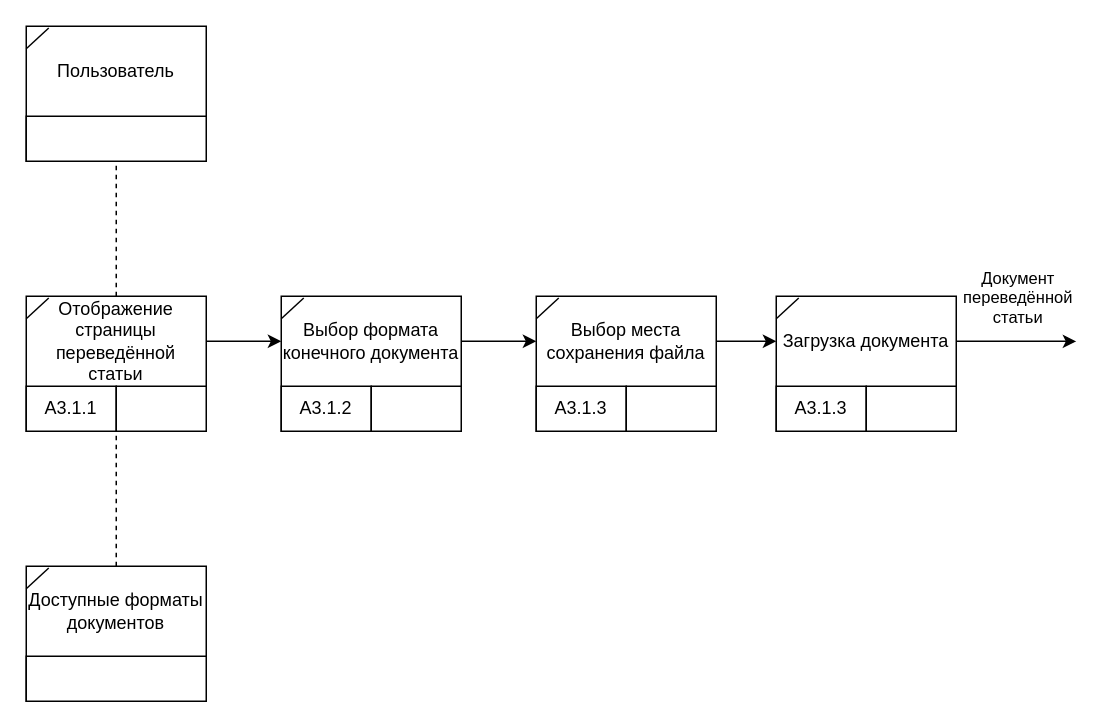
XoJIoDuJIHuK/7-term keeps this draw.io diagram as ISD/labs/3/idef3-4.drawio. Above is the earlier version. Source tidied: cells renumbered, new cells numbered last; positions are measured from the earlier drawing's top-left corner, leaving out a move shared by most shapes. Both pictures are drawn from the tidied source at 150%, with x=0, y=0 at pixel (26, 26).
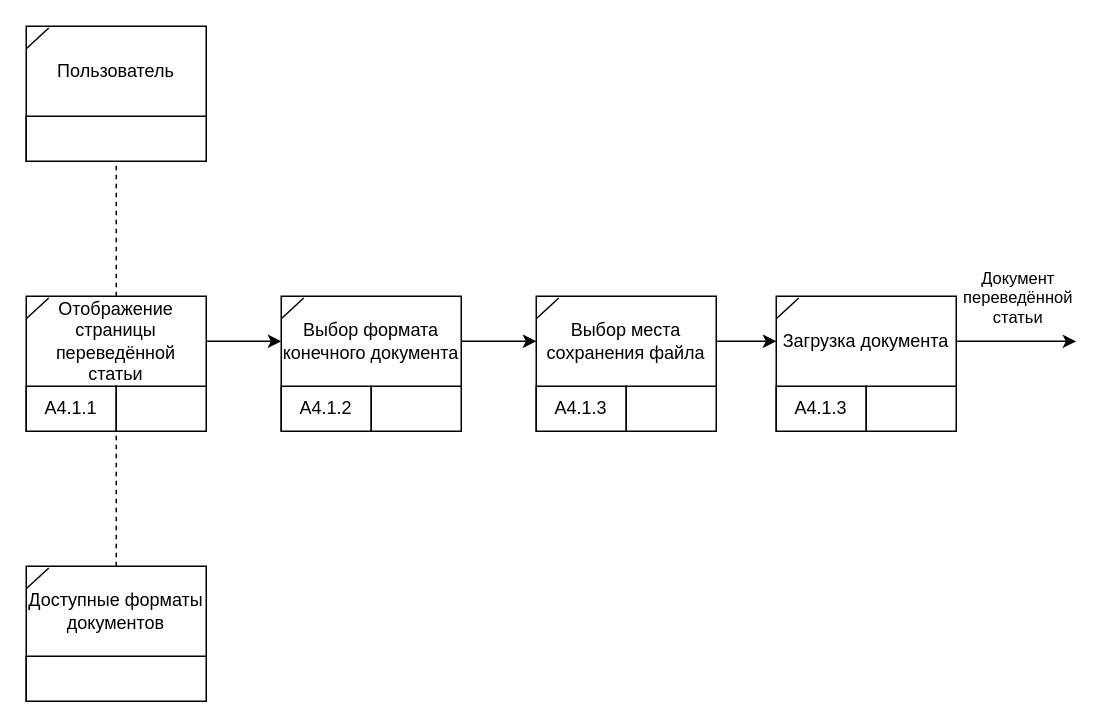
The same diagram, later.

Change to the diagram source:
```diff
@@
-    <mxCell id="7" value="А3.1.1" style="rounded=0;whiteSpace=wrap;html=1;" parent="1" vertex="1">
+    <mxCell id="7" value="А4.1.1" style="rounded=0;whiteSpace=wrap;html=1;" parent="1" vertex="1">
       <mxGeometry y="240" width="60" height="30" as="geometry" />
     </mxCell>
@@
-    <mxCell id="14" value="А3.1.2" style="rounded=0;whiteSpace=wrap;html=1;" parent="1" vertex="1">
+    <mxCell id="14" value="А4.1.2" style="rounded=0;whiteSpace=wrap;html=1;" parent="1" vertex="1">
       <mxGeometry x="170" y="240" width="60" height="30" as="geometry" />
     </mxCell>
@@
-    <mxCell id="20" value="А3.1.3" style="rounded=0;whiteSpace=wrap;html=1;" parent="1" vertex="1">
+    <mxCell id="20" value="А4.1.3" style="rounded=0;whiteSpace=wrap;html=1;" parent="1" vertex="1">
       <mxGeometry x="340" y="240" width="60" height="30" as="geometry" />
     </mxCell>
@@
-    <mxCell id="25" value="А3.1.3" style="rounded=0;whiteSpace=wrap;html=1;" parent="1" vertex="1">
+    <mxCell id="25" value="А4.1.3" style="rounded=0;whiteSpace=wrap;html=1;" parent="1" vertex="1">
       <mxGeometry x="500" y="240" width="60" height="30" as="geometry" />
     </mxCell>
```
